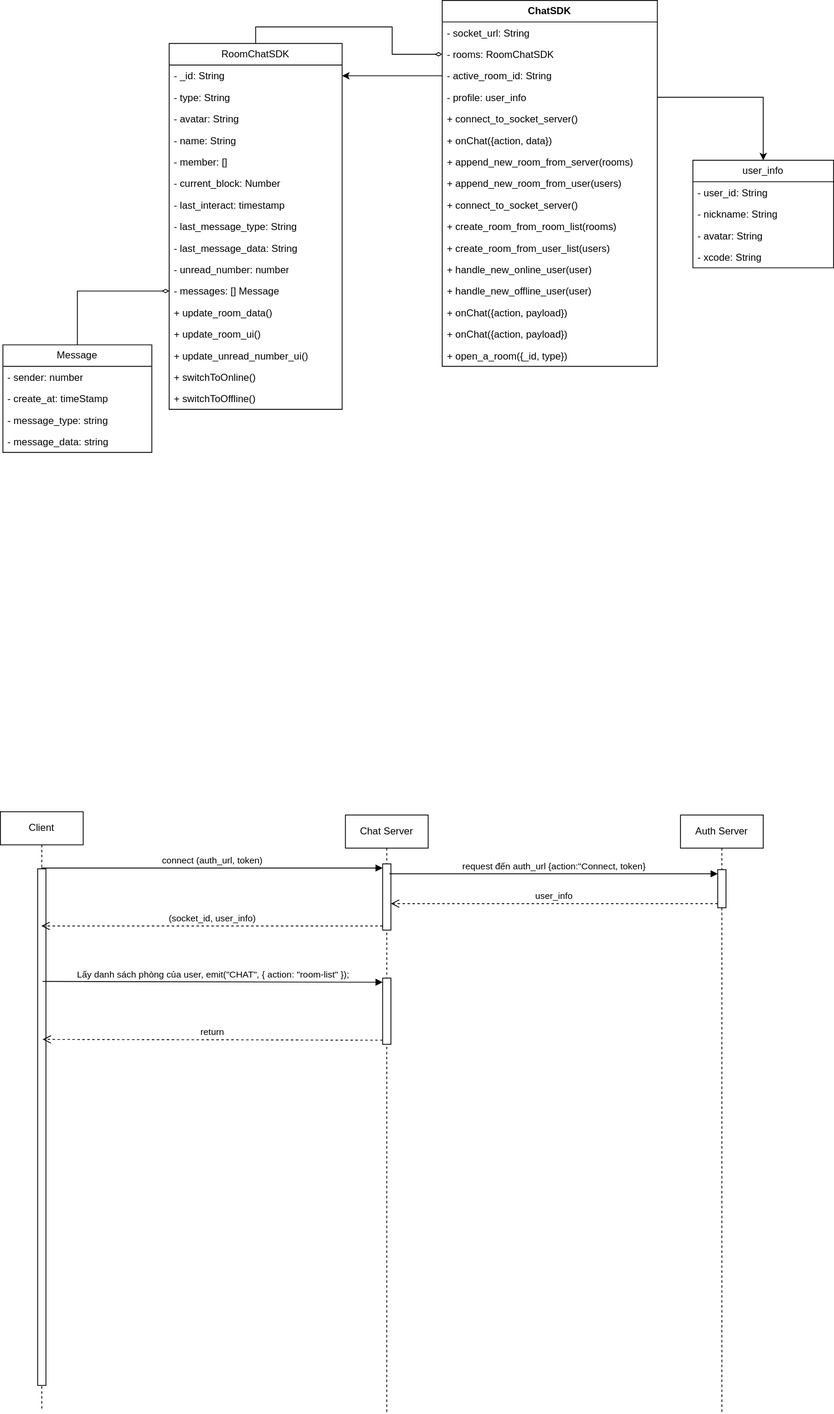
The draw.io diagram chat-client.svg in aritoerp/assets, before a commit. Source tidied: cells renumbered, new cells last; positions are measured from the earlier drawing's top-left corner, leaving out a move shared by most shapes.
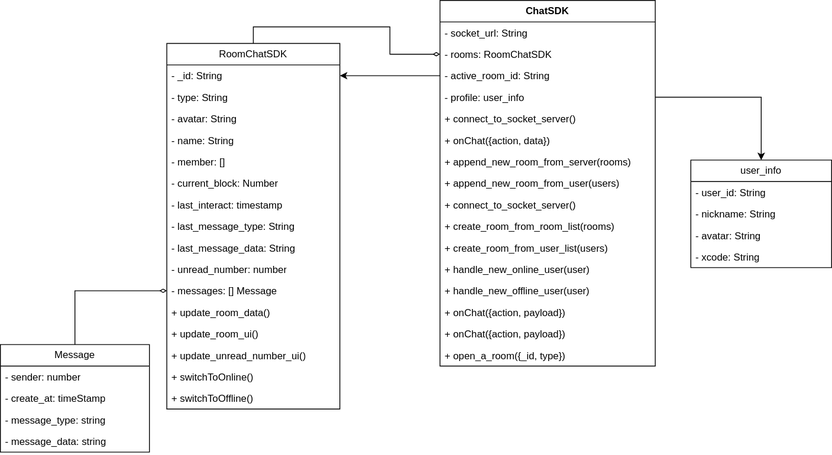
Above is the later version.

The edit, as a diff of the source:
```diff
@@ -146,50 +146,5 @@
     <mxCell id="49" style="edgeStyle=orthogonalEdgeStyle;rounded=0;jettySize=auto;html=1;entryX=0.5;entryY=0;entryDx=0;entryDy=0;" parent="1" edge="1" source="6" target="44">
       <mxGeometry relative="1" as="geometry" />
     </mxCell>
-    <mxCell id="50" value="Client" style="shape=umlLifeline;perimeter=lifelinePerimeter;whiteSpace=wrap;html=1;outlineConnect=0;portConstraint=eastwest;newEdgeStyle={&quot;curved&quot;:0,&quot;rounded&quot;:0};" parent="1" vertex="1">
-      <mxGeometry y="980" width="100" height="721" as="geometry" />
-    </mxCell>
-    <mxCell id="51" style="html=1;perimeter=orthogonalPerimeter;targetShapes=umlLifeline;newEdgeStyle={&quot;curved&quot;:0,&quot;rounded&quot;:0};" parent="50" vertex="1">
-      <mxGeometry x="45" y="69" width="10" height="624" as="geometry" />
-    </mxCell>
-    <mxCell id="52" value="Chat Server" style="shape=umlLifeline;perimeter=lifelinePerimeter;whiteSpace=wrap;html=1;newEdgeStyle={&quot;curved&quot;:0,&quot;rounded&quot;:0};" parent="1" vertex="1">
-      <mxGeometry x="417" y="984" width="100" height="723" as="geometry" />
-    </mxCell>
-    <mxCell id="53" style="html=1;points=[[0,0,0,0,5],[0,1,0,0,-5],[1,0,0,0,5],[1,1,0,0,-5]];perimeter=orthogonalPerimeter;outlineConnect=0;targetShapes=umlLifeline;portConstraint=eastwest;newEdgeStyle={&quot;curved&quot;:0,&quot;rounded&quot;:0};" parent="52" vertex="1">
-      <mxGeometry x="45" y="59" width="10" height="80" as="geometry" />
-    </mxCell>
-    <mxCell id="54" style="html=1;points=[[0,0,0,0,5],[0,1,0,0,-5],[1,0,0,0,5],[1,1,0,0,-5]];perimeter=orthogonalPerimeter;outlineConnect=0;targetShapes=umlLifeline;portConstraint=eastwest;newEdgeStyle={&quot;curved&quot;:0,&quot;rounded&quot;:0};" parent="52" vertex="1">
-      <mxGeometry x="45" y="197" width="10" height="80" as="geometry" />
-    </mxCell>
-    <mxCell id="55" value="Auth Server" style="shape=umlLifeline;perimeter=lifelinePerimeter;whiteSpace=wrap;html=1;newEdgeStyle={&quot;curved&quot;:0,&quot;rounded&quot;:0};" parent="1" vertex="1">
-      <mxGeometry x="822" y="984" width="100" height="723" as="geometry" />
-    </mxCell>
-    <mxCell id="56" style="html=1;points=[[0,0,0,0,5],[0,1,0,0,-5],[1,0,0,0,5],[1,1,0,0,-5]];perimeter=orthogonalPerimeter;outlineConnect=0;targetShapes=umlLifeline;portConstraint=eastwest;newEdgeStyle={&quot;curved&quot;:0,&quot;rounded&quot;:0};" parent="55" vertex="1">
-      <mxGeometry x="45" y="66" width="10" height="46" as="geometry" />
-    </mxCell>
-    <mxCell id="57" value="connect (auth_url, token)" style="html=1;verticalAlign=bottom;endArrow=block;curved=0;rounded=0;entryX=0;entryY=0;entryDx=0;entryDy=5;" parent="1" edge="1" source="50" target="53">
-      <mxGeometry relative="1" as="geometry" />
-    </mxCell>
-    <mxCell id="58" value="(socket_id, user_info)" style="html=1;verticalAlign=bottom;endArrow=open;dashed=1;endSize=8;curved=0;rounded=0;exitX=0;exitY=1;exitDx=0;exitDy=-5;" parent="1" edge="1" source="53" target="50">
-      <mxGeometry relative="1" as="geometry" />
-    </mxCell>
-    <mxCell id="59" value="request đến auth_url {action:&quot;Connect, token}" style="html=1;verticalAlign=bottom;endArrow=block;curved=0;rounded=0;entryX=0;entryY=0;entryDx=0;entryDy=5;" parent="1" edge="1" target="56">
-      <mxGeometry relative="1" as="geometry">
-        <mxPoint x="470" y="1055" as="sourcePoint" />
-      </mxGeometry>
-    </mxCell>
-    <mxCell id="60" value="user_info" style="html=1;verticalAlign=bottom;endArrow=open;dashed=1;endSize=8;curved=0;rounded=0;exitX=0;exitY=1;exitDx=0;exitDy=-5;" parent="1" edge="1" source="56" target="53">
-      <mxGeometry relative="1" as="geometry" />
-    </mxCell>
-    <mxCell id="61" value="Lấy danh sách phòng của user, emit(&quot;CHAT&quot;, { action: &quot;room-list&quot; });" style="html=1;verticalAlign=bottom;endArrow=block;curved=0;rounded=0;entryX=0;entryY=0;entryDx=0;entryDy=5;" parent="1" edge="1" target="54">
-      <mxGeometry relative="1" as="geometry">
-        <mxPoint x="51" y="1185" as="sourcePoint" />
-      </mxGeometry>
-    </mxCell>
-    <mxCell id="62" value="return" style="html=1;verticalAlign=bottom;endArrow=open;dashed=1;endSize=8;curved=0;rounded=0;exitX=0;exitY=1;exitDx=0;exitDy=-5;" parent="1" edge="1" source="54">
-      <mxGeometry relative="1" as="geometry">
-        <mxPoint x="51" y="1255" as="targetPoint" />
-      </mxGeometry>
-    </mxCell>
   </root>
 </mxGraphModel>
```
